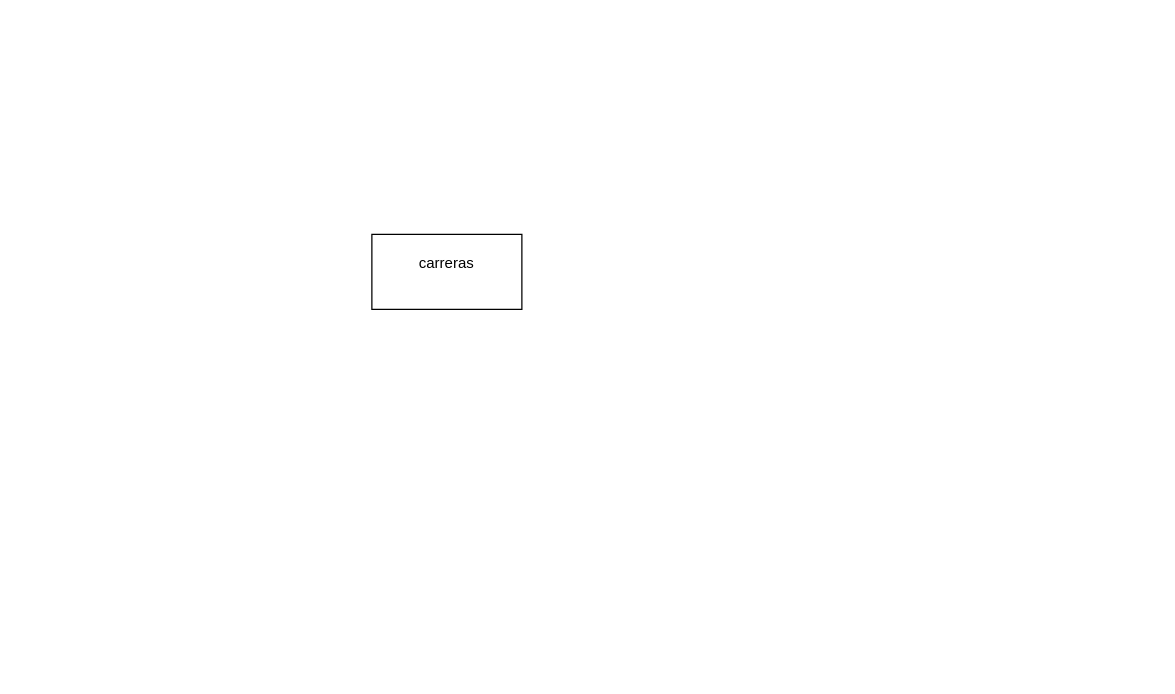
FepDev25/Modelos-Entidad-Relacion keeps this draw.io diagram as Diagrama sin título.drawio. Above is the earlier version. Source tidied: cells renumbered, new cells numbered last; positions are measured from the earlier drawing's top-left corner, leaving out a move shared by most shapes. Both pictures are drawn from the tidied source at 125%, with x=0, y=0 at pixel (371, 234).
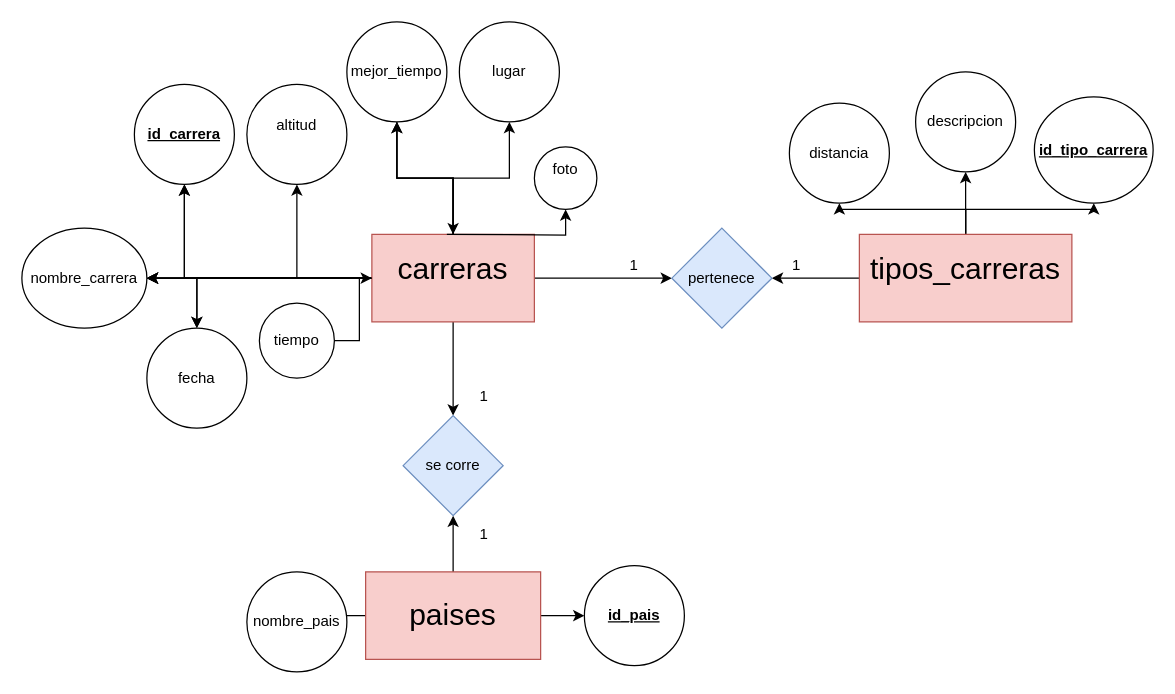
Above is the later version.

What changed in the source:
```diff
@@
+    <mxCell id="3" style="edgeStyle=orthogonalEdgeStyle;rounded=0;jettySize=auto;html=1;" parent="1" edge="1" source="2" target="25">
+      <mxGeometry relative="1" as="geometry" />
+    </mxCell>
+    <mxCell id="4" style="edgeStyle=orthogonalEdgeStyle;rounded=0;jettySize=auto;html=1;" parent="1" edge="1" source="2" target="25">
+      <mxGeometry relative="1" as="geometry" />
+    </mxCell>
+    <mxCell id="5" style="edgeStyle=orthogonalEdgeStyle;rounded=0;jettySize=auto;html=1;" parent="1" edge="1" source="2" target="26">
+      <mxGeometry relative="1" as="geometry" />
+    </mxCell>
+    <mxCell id="6" style="edgeStyle=orthogonalEdgeStyle;rounded=0;jettySize=auto;html=1;" parent="1" edge="1" source="2" target="27">
+      <mxGeometry relative="1" as="geometry" />
+    </mxCell>
+    <mxCell id="7" style="edgeStyle=orthogonalEdgeStyle;rounded=0;jettySize=auto;html=1;" parent="1" edge="1" source="2" target="26">
+      <mxGeometry relative="1" as="geometry" />
+    </mxCell>
+    <mxCell id="8" style="edgeStyle=orthogonalEdgeStyle;rounded=0;jettySize=auto;html=1;" parent="1" edge="1" source="2" target="26">
+      <mxGeometry relative="1" as="geometry" />
+    </mxCell>
+    <mxCell id="9" style="edgeStyle=orthogonalEdgeStyle;rounded=0;jettySize=auto;html=1;" parent="1" edge="1" source="2" target="29">
+      <mxGeometry relative="1" as="geometry" />
+    </mxCell>
+    <mxCell id="10" style="edgeStyle=orthogonalEdgeStyle;rounded=0;jettySize=auto;html=1;" parent="1" edge="1" source="2" target="29">
+      <mxGeometry relative="1" as="geometry" />
+    </mxCell>
+    <mxCell id="11" style="edgeStyle=orthogonalEdgeStyle;rounded=0;jettySize=auto;html=1;" parent="1" edge="1" source="2" target="26">
+      <mxGeometry relative="1" as="geometry" />
+    </mxCell>
+    <mxCell id="12" style="edgeStyle=orthogonalEdgeStyle;rounded=0;jettySize=auto;html=1;" parent="1" edge="1" source="2" target="34">
+      <mxGeometry relative="1" as="geometry" />
+    </mxCell>
+    <mxCell id="13" style="edgeStyle=orthogonalEdgeStyle;rounded=0;jettySize=auto;html=1;" parent="1" edge="1" source="2" target="34">
+      <mxGeometry relative="1" as="geometry" />
+    </mxCell>
+    <mxCell id="14" style="edgeStyle=orthogonalEdgeStyle;rounded=0;jettySize=auto;html=1;" parent="1" edge="1" source="2" target="40">
+      <mxGeometry relative="1" as="geometry" />
+    </mxCell>
-    <mxCell id="2" value="carreras&lt;div&gt;&lt;br&gt;&lt;/div&gt;" style="rounded=0;whiteSpace=wrap;html=1;" parent="1" vertex="1">
-      <mxGeometry width="120" height="60" as="geometry" />
+    <mxCell id="2" value="&lt;font style=&quot;font-size: 24px;&quot;&gt;carreras&lt;/font&gt;&lt;div&gt;&lt;br&gt;&lt;/div&gt;" style="rounded=0;whiteSpace=wrap;html=1;fillColor=#f8cecc;strokeColor=#b85450;" parent="1" vertex="1">
+      <mxGeometry width="130" height="70" as="geometry" />
     </mxCell>
+    <mxCell id="15" style="edgeStyle=orthogonalEdgeStyle;rounded=0;jettySize=auto;html=1;" parent="1" edge="1" source="18" target="40">
+      <mxGeometry relative="1" as="geometry" />
+    </mxCell>
+    <mxCell id="16" style="edgeStyle=orthogonalEdgeStyle;rounded=0;jettySize=auto;html=1;" parent="1" edge="1" source="18" target="46">
+      <mxGeometry relative="1" as="geometry" />
+    </mxCell>
+    <mxCell id="17" style="edgeStyle=orthogonalEdgeStyle;rounded=0;jettySize=auto;html=1;" parent="1" edge="1" source="18" target="47">
+      <mxGeometry relative="1" as="geometry" />
+    </mxCell>
+    <mxCell id="18" value="&lt;div&gt;&lt;span style=&quot;font-size: 24px;&quot;&gt;paises&lt;/span&gt;&lt;/div&gt;" style="rounded=0;whiteSpace=wrap;html=1;fillColor=#f8cecc;strokeColor=#b85450;" parent="1" vertex="1">
+      <mxGeometry x="-5" y="270" width="140" height="70" as="geometry" />
+    </mxCell>
+    <mxCell id="19" style="edgeStyle=orthogonalEdgeStyle;rounded=0;jettySize=auto;html=1;" parent="1" edge="1" source="23" target="27">
+      <mxGeometry relative="1" as="geometry" />
+    </mxCell>
+    <mxCell id="20" style="edgeStyle=orthogonalEdgeStyle;rounded=0;jettySize=auto;html=1;" parent="1" edge="1" source="23" target="43">
+      <mxGeometry relative="1" as="geometry" />
+    </mxCell>
+    <mxCell id="21" style="edgeStyle=orthogonalEdgeStyle;rounded=0;jettySize=auto;html=1;" parent="1" edge="1" source="23" target="44">
+      <mxGeometry relative="1" as="geometry" />
+    </mxCell>
+    <mxCell id="22" style="edgeStyle=orthogonalEdgeStyle;rounded=0;jettySize=auto;html=1;" parent="1" edge="1" source="23" target="45">
+      <mxGeometry relative="1" as="geometry" />
+    </mxCell>
+    <mxCell id="23" value="&lt;font style=&quot;font-size: 24px;&quot;&gt;tipos_&lt;/font&gt;&lt;span style=&quot;font-size: 24px; background-color: initial;&quot;&gt;carreras&lt;/span&gt;&lt;div&gt;&lt;div&gt;&lt;br&gt;&lt;/div&gt;&lt;/div&gt;" style="rounded=0;whiteSpace=wrap;html=1;fillColor=#f8cecc;strokeColor=#b85450;" parent="1" vertex="1">
+      <mxGeometry x="390" width="170" height="70" as="geometry" />
+    </mxCell>
+    <mxCell id="24" style="edgeStyle=orthogonalEdgeStyle;rounded=0;jettySize=auto;html=1;exitX=0;exitY=0.5;exitDx=0;exitDy=0;" parent="1" edge="1" source="2" target="37">
+      <mxGeometry relative="1" as="geometry" />
+    </mxCell>
+    <mxCell id="25" value="&lt;b&gt;&lt;u&gt;id_carrera&lt;/u&gt;&lt;/b&gt;" style="ellipse;whiteSpace=wrap;html=1;rounded=0;" parent="1" vertex="1">
+      <mxGeometry x="-190" y="-120" width="80" height="80" as="geometry" />
+    </mxCell>
+    <mxCell id="26" value="nombre_carrera" style="ellipse;whiteSpace=wrap;html=1;rounded=0;" parent="1" vertex="1">
+      <mxGeometry x="-280" y="-5" width="100" height="80" as="geometry" />
+    </mxCell>
+    <mxCell id="27" value="pertenece" style="rhombus;whiteSpace=wrap;html=1;rounded=0;fillColor=#dae8fc;strokeColor=#6c8ebf;" parent="1" vertex="1">
+      <mxGeometry x="240" y="-5" width="80" height="80" as="geometry" />
+    </mxCell>
+    <mxCell id="28" style="edgeStyle=orthogonalEdgeStyle;rounded=0;jettySize=auto;html=1;" parent="1" edge="1" target="36">
+      <mxGeometry relative="1" as="geometry">
+        <mxPoint x="60" as="sourcePoint" />
+      </mxGeometry>
+    </mxCell>
+    <mxCell id="29" value="fecha" style="ellipse;whiteSpace=wrap;html=1;rounded=0;direction=north;" parent="1" vertex="1">
+      <mxGeometry x="-180" y="75" width="80" height="80" as="geometry" />
+    </mxCell>
+    <mxCell id="30" style="edgeStyle=orthogonalEdgeStyle;rounded=0;jettySize=auto;html=1;" parent="1" edge="1" source="31" target="2">
+      <mxGeometry relative="1" as="geometry" />
+    </mxCell>
+    <mxCell id="31" value="tiempo" style="ellipse;whiteSpace=wrap;html=1;rounded=0;" parent="1" vertex="1">
+      <mxGeometry x="-90" y="55" width="60" height="60" as="geometry" />
+    </mxCell>
+    <mxCell id="32" style="edgeStyle=orthogonalEdgeStyle;rounded=0;jettySize=auto;html=1;" parent="1" edge="1" source="34" target="2">
+      <mxGeometry relative="1" as="geometry" />
+    </mxCell>
+    <mxCell id="33" style="edgeStyle=orthogonalEdgeStyle;rounded=0;jettySize=auto;html=1;exitX=0.5;exitY=0;exitDx=0;exitDy=0;" parent="1" edge="1" source="2" target="35">
+      <mxGeometry relative="1" as="geometry" />
+    </mxCell>
+    <mxCell id="34" value="mejor_tiempo" style="ellipse;whiteSpace=wrap;html=1;rounded=0;" parent="1" vertex="1">
+      <mxGeometry x="-20" y="-170" width="80" height="80" as="geometry" />
+    </mxCell>
+    <mxCell id="35" value="lugar" style="ellipse;whiteSpace=wrap;html=1;rounded=0;" parent="1" vertex="1">
+      <mxGeometry x="70" y="-170" width="80" height="80" as="geometry" />
+    </mxCell>
+    <mxCell id="36" value="foto&lt;div&gt;&lt;br&gt;&lt;/div&gt;" style="ellipse;whiteSpace=wrap;html=1;rounded=0;" parent="1" vertex="1">
+      <mxGeometry x="130" y="-70" width="50" height="50" as="geometry" />
+    </mxCell>
+    <mxCell id="37" value="altitud&lt;div&gt;&lt;br&gt;&lt;/div&gt;" style="ellipse;whiteSpace=wrap;html=1;rounded=0;" parent="1" vertex="1">
+      <mxGeometry x="-100" y="-120" width="80" height="80" as="geometry" />
+    </mxCell>
+    <mxCell id="38" value="1" style="text;html=1;align=center;verticalAlign=middle;whiteSpace=wrap;rounded=0;" parent="1" vertex="1">
+      <mxGeometry x="180" y="10" width="60" height="30" as="geometry" />
+    </mxCell>
+    <mxCell id="39" value="1" style="text;html=1;align=center;verticalAlign=middle;whiteSpace=wrap;rounded=0;" parent="1" vertex="1">
+      <mxGeometry x="310" y="10" width="60" height="30" as="geometry" />
+    </mxCell>
+    <mxCell id="40" value="se corre" style="rhombus;whiteSpace=wrap;html=1;rounded=0;fillColor=#dae8fc;strokeColor=#6c8ebf;" parent="1" vertex="1">
+      <mxGeometry x="25" y="145" width="80" height="80" as="geometry" />
+    </mxCell>
+    <mxCell id="41" value="1" style="text;html=1;align=center;verticalAlign=middle;whiteSpace=wrap;rounded=0;" parent="1" vertex="1">
+      <mxGeometry x="60" y="115" width="60" height="30" as="geometry" />
+    </mxCell>
+    <mxCell id="42" value="1" style="text;html=1;align=center;verticalAlign=middle;whiteSpace=wrap;rounded=0;" parent="1" vertex="1">
+      <mxGeometry x="60" y="225" width="60" height="30" as="geometry" />
+    </mxCell>
+    <mxCell id="43" value="&lt;b&gt;&lt;u&gt;id_tipo_carrera&lt;/u&gt;&lt;/b&gt;" style="ellipse;whiteSpace=wrap;html=1;rounded=0;" parent="1" vertex="1">
+      <mxGeometry x="530" y="-110" width="95" height="85" as="geometry" />
+    </mxCell>
+    <mxCell id="44" value="descripcion" style="ellipse;whiteSpace=wrap;html=1;rounded=0;" parent="1" vertex="1">
+      <mxGeometry x="435" y="-130" width="80" height="80" as="geometry" />
+    </mxCell>
+    <mxCell id="45" value="distancia" style="ellipse;whiteSpace=wrap;html=1;rounded=0;" parent="1" vertex="1">
+      <mxGeometry x="334" y="-105" width="80" height="80" as="geometry" />
+    </mxCell>
+    <mxCell id="46" value="&lt;u&gt;&lt;b&gt;id_pais&lt;/b&gt;&lt;/u&gt;" style="ellipse;whiteSpace=wrap;html=1;rounded=0;" parent="1" vertex="1">
+      <mxGeometry x="170" y="265" width="80" height="80" as="geometry" />
+    </mxCell>
+    <mxCell id="47" value="nombre_pais" style="ellipse;whiteSpace=wrap;html=1;rounded=0;" parent="1" vertex="1">
+      <mxGeometry x="-100" y="270" width="80" height="80" as="geometry" />
+    </mxCell>
```
